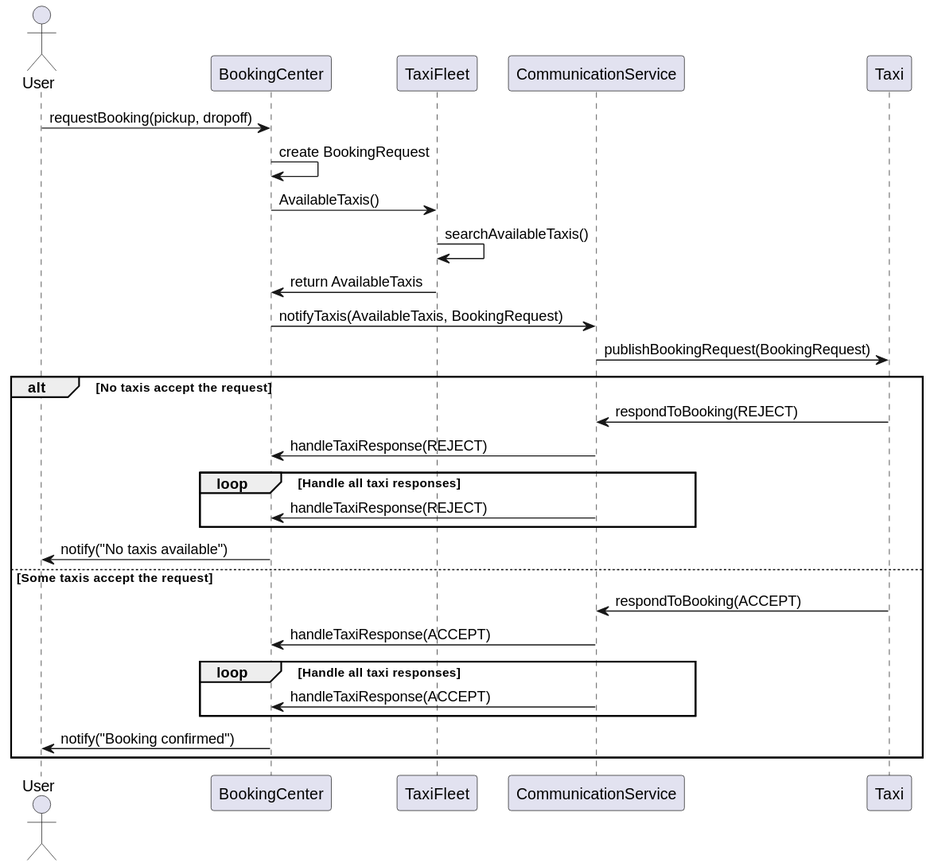
Palrajjayaraj/TaxiFleetCommunication keeps this PlantUML diagram as Design/userRequestsBookingSequenceDiagram.svg. Above is the earlier version.
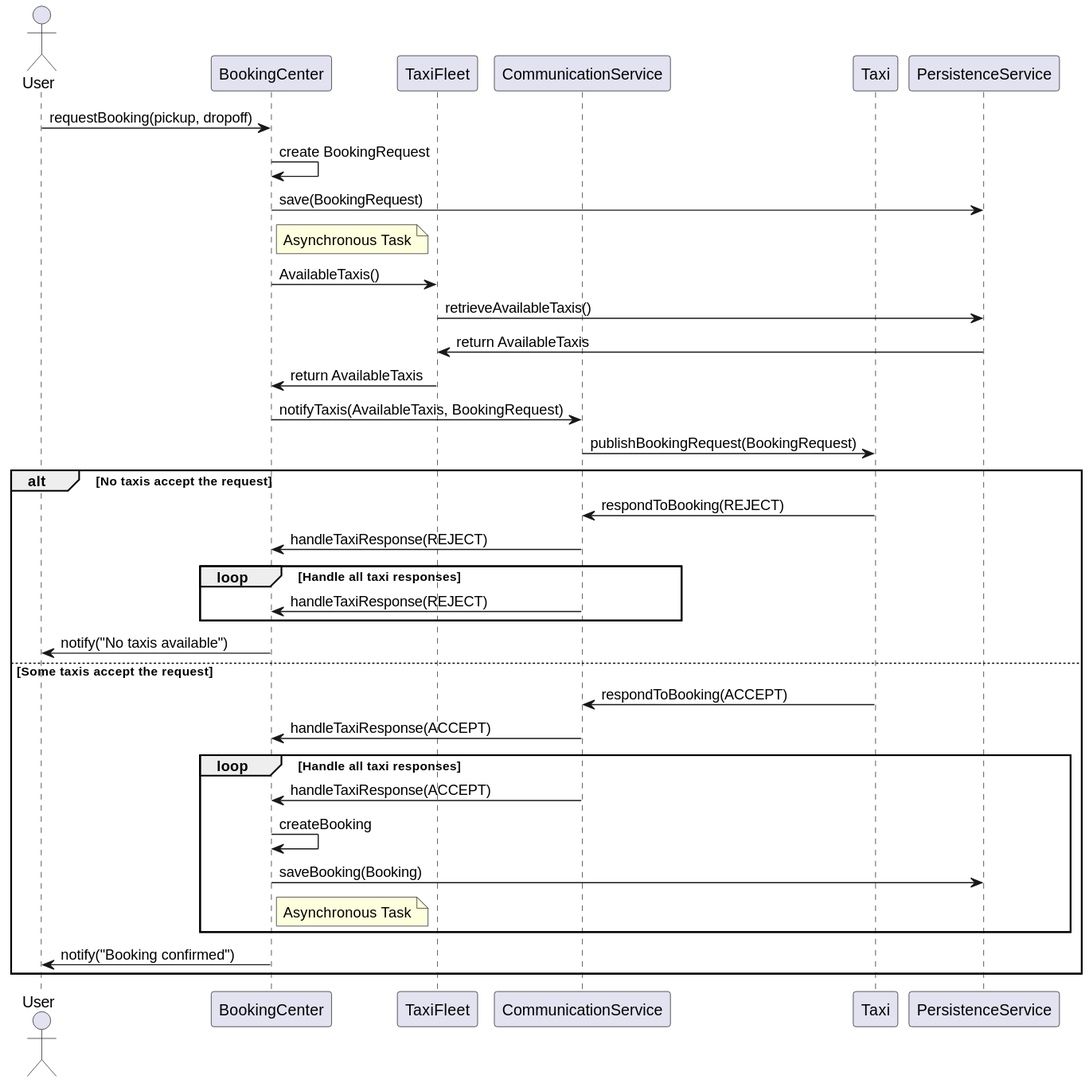
Above is the later version.

Commit message:
added right diagram for user requests

Diff of the diagram source:
```diff
@@ -4,11 +4,15 @@
 participant "TaxiFleet" as TF
 participant "CommunicationService" as CS
 participant "Taxi" as Taxi
+participant "PersistenceService" as PS
 
 User -> BC : requestBooking(pickup, dropoff)
 BC -> BC : create BookingRequest
+BC -> PS : save(BookingRequest)
+note right of BC : Asynchronous Task
 BC -> TF : AvailableTaxis()
-TF -> TF : searchAvailableTaxis()
+TF -> PS : retrieveAvailableTaxis()
+PS -> TF : return AvailableTaxis
 TF -> BC : return AvailableTaxis
 BC -> CS : notifyTaxis(AvailableTaxis, BookingRequest)
 CS -> Taxi : publishBookingRequest(BookingRequest)
@@ -24,6 +28,9 @@
     CS -> BC : handleTaxiResponse(ACCEPT)
     loop Handle all taxi responses
         CS -> BC : handleTaxiResponse(ACCEPT)
+        BC -> BC : createBooking
+        BC -> PS : saveBooking(Booking)
+        note right of BC : Asynchronous Task
     end
     BC -> User : notify("Booking confirmed")
 end
```
